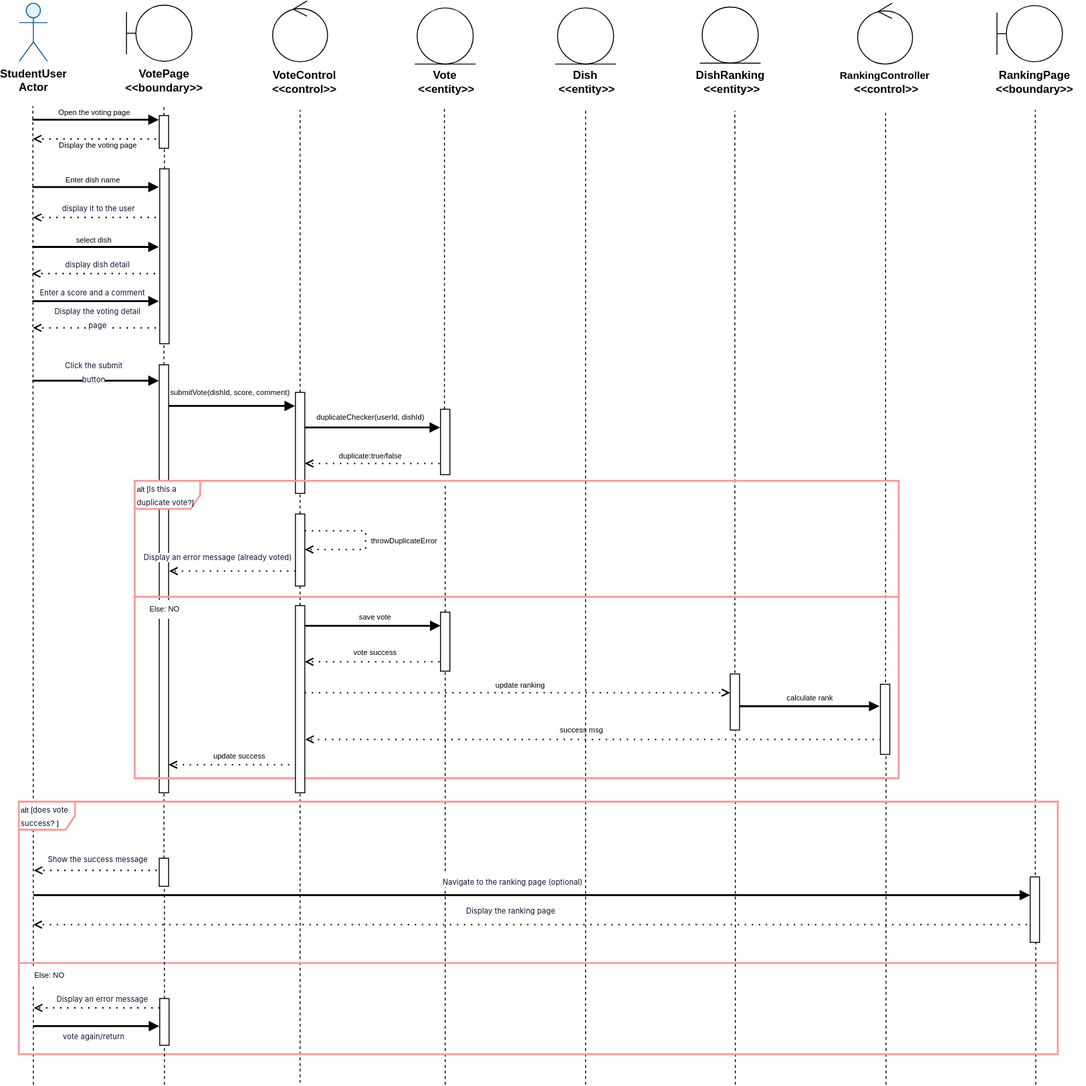
qianlinnian/se_sad_project keeps this draw.io diagram as Assignment2/diagrams/SV-ID.svg. Above is the earlier version. Source tidied: cells renumbered, new cells last; positions are measured from the earlier drawing's top-left corner, leaving out a move shared by most shapes.
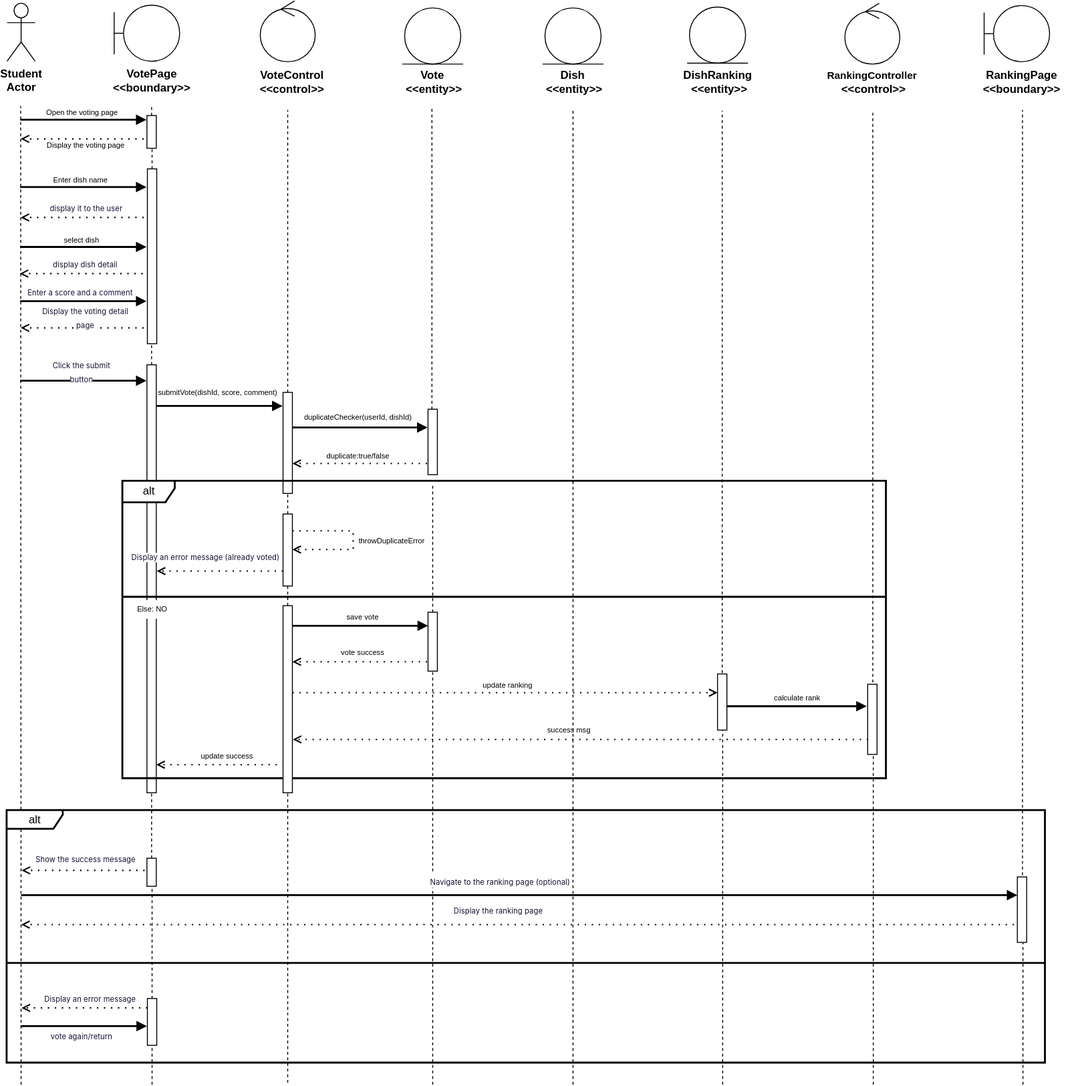
After the commit.

Diff of the diagram source:
```diff
@@ -117,7 +117,7 @@
         <mxPoint x="16" y="987" as="targetPoint" />
       </mxGeometry>
     </mxCell>
-    <mxCell id="24" value="StudentUser&#10;Actor" style="shape=umlActor;verticalLabelPosition=bottom;verticalAlign=top;html=1;fillColor=#e1f5ff;strokeColor=#01579b;fontSize=12;fontStyle=1;" parent="1" vertex="1">
+    <mxCell id="24" value="Student&lt;br&gt;Actor" style="shape=umlActor;verticalLabelPosition=bottom;verticalAlign=top;html=1;fillColor=none;strokeColor=#000000;fontSize=12;fontStyle=1;" parent="1" vertex="1">
       <mxGeometry x="1" y="2" width="30" height="62" as="geometry" />
     </mxCell>
     <mxCell id="25" style="ellipse;whiteSpace=wrap;html=1;" parent="1" vertex="1">
@@ -412,10 +412,10 @@
     <mxCell id="94" value="&lt;span style=&quot;font-size: 8px; font-weight: 400;&quot;&gt;throwDuplicateError&lt;/span&gt;" style="text;html=1;align=center;verticalAlign=middle;strokeColor=none;fillColor=none;fontSize=9;fontStyle=1;" parent="1" vertex="1">
       <mxGeometry x="367" y="567" width="90" height="20" as="geometry" />
     </mxCell>
-    <mxCell id="95" value="&lt;span style=&quot;font-weight: normal;&quot;&gt;&lt;font style=&quot;font-size: 8px;&quot;&gt;alt [&lt;span style=&quot;color: rgb(17, 17, 51); font-family: -apple-system, blinkmacsystemfont, &amp;quot;Helvetica Neue&amp;quot;, helvetica, &amp;quot;segoe ui&amp;quot;, arial, roboto, &amp;quot;PingFang SC&amp;quot;, miui, &amp;quot;Hiragino Sans GB&amp;quot;, &amp;quot;Microsoft Yahei&amp;quot;, sans-serif, &amp;quot;Source Han Serif&amp;quot;; letter-spacing: 0.064px; white-space-collapse: preserve; background-color: rgb(255, 255, 255);&quot;&gt;Is this a duplicate vote&lt;/span&gt;?]&lt;/font&gt;&lt;/span&gt;" style="shape=umlFrame;whiteSpace=wrap;html=1;fontSize=11;fontStyle=1;fillColor=#FFFFFF;strokeColor=#ff9999;strokeWidth=2;shadow=0;width=70;height=30;align=left;" parent="1" vertex="1">
+    <mxCell id="95" value="&lt;span style=&quot;font-size: 12px; font-weight: 400;&quot;&gt;alt&lt;/span&gt;" style="shape=umlFrame;whiteSpace=wrap;html=1;fontSize=11;fontStyle=1;fillColor=#FFFFFF;strokeColor=#000000;strokeWidth=2;shadow=0;width=56;height=23;align=center;" parent="1" vertex="1">
       <mxGeometry x="124.8" y="513" width="816.2" height="318" as="geometry" />
     </mxCell>
-    <mxCell id="96" style="line;strokeWidth=2;html=1;permeability=0;strokeColor=#ff9999;" parent="1" vertex="1">
+    <mxCell id="96" style="line;strokeWidth=2;html=1;permeability=0;strokeColor=#000000;" parent="1" vertex="1">
       <mxGeometry x="124.8" y="636.5" width="816.2" height="1" as="geometry" />
     </mxCell>
     <mxCell id="97" value="&lt;span style=&quot;font-weight: normal;&quot;&gt;&lt;font style=&quot;font-size: 8px;&quot;&gt;Else: NO&lt;/font&gt;&lt;/span&gt;" style="text;html=1;align=center;verticalAlign=middle;strokeColor=none;fillColor=#FFFFFF;fontSize=9;fontStyle=1;" parent="1" vertex="1">
@@ -448,10 +448,10 @@
     <mxCell id="103" value="&lt;span style=&quot;font-weight: normal;&quot;&gt;&lt;font style=&quot;font-size: 8px;&quot;&gt;update success&lt;/font&gt;&lt;/span&gt;" style="text;html=1;align=center;verticalAlign=middle;strokeColor=none;fillColor=none;fontSize=9;fontStyle=1;" parent="1" vertex="1">
       <mxGeometry x="195.5" y="796.5" width="80" height="20" as="geometry" />
     </mxCell>
-    <mxCell id="104" value="&lt;span style=&quot;font-weight: normal;&quot;&gt;&lt;font style=&quot;font-size: 8px;&quot;&gt;alt [&lt;font face=&quot;-apple-system, blinkmacsystemfont, Helvetica Neue, helvetica, segoe ui, arial, roboto, PingFang SC, miui, Hiragino Sans GB, Microsoft Yahei, sans-serif, Source Han Serif&quot; color=&quot;#111133&quot;&gt;&lt;span style=&quot;letter-spacing: 0.064px; white-space-collapse: preserve; background-color: rgb(255, 255, 255);&quot;&gt;does vote success&lt;/span&gt;&lt;/font&gt;? ]&lt;/font&gt;&lt;/span&gt;" style="shape=umlFrame;whiteSpace=wrap;html=1;fontSize=11;fontStyle=1;fillColor=#FFFFFF;strokeColor=#ff9999;strokeWidth=2;shadow=0;width=60;height=30;align=left;" parent="1" vertex="1">
-      <mxGeometry x="1" y="856" width="1110" height="270" as="geometry" />
+    <mxCell id="104" value="&lt;font style=&quot;font-weight: normal; font-size: 12px;&quot;&gt;alt&lt;/font&gt;" style="shape=umlFrame;whiteSpace=wrap;html=1;fontSize=11;fontStyle=1;fillColor=#FFFFFF;strokeColor=#000000;strokeWidth=2;shadow=0;width=60;height=20;align=center;" parent="1" vertex="1">
+      <mxGeometry x="1" y="865" width="1110" height="270" as="geometry" />
     </mxCell>
-    <mxCell id="105" style="line;strokeWidth=2;html=1;permeability=0;strokeColor=#ff9999;" parent="1" vertex="1">
+    <mxCell id="105" style="line;strokeWidth=2;html=1;permeability=0;strokeColor=#000000;" parent="1" vertex="1">
       <mxGeometry x="0.2" y="1028" width="1111.8" height="1" as="geometry" />
     </mxCell>
     <mxCell id="106" style="endArrow=none;dashed=1;html=1;rounded=0;" parent="1" edge="1" source="110" target="107">
@@ -460,9 +460,6 @@
     <mxCell id="107" style="html=1;points=[];perimeter=orthogonalPerimeter;outlineConnect=0;rounded=0;fillColor=#FFFFFF;strokeColor=#000000;strokeWidth=1;" parent="1" vertex="1">
       <mxGeometry x="150.5" y="916" width="10" height="30" as="geometry" />
     </mxCell>
-    <mxCell id="108" value="&lt;span style=&quot;font-weight: normal;&quot;&gt;&lt;font style=&quot;font-size: 8px;&quot;&gt;Else: NO&lt;/font&gt;&lt;/span&gt;" style="text;html=1;align=center;verticalAlign=middle;strokeColor=none;fillColor=#FFFFFF;fontSize=9;fontStyle=1;" parent="1" vertex="1">
-      <mxGeometry x="3" y="1031" width="60" height="20" as="geometry" />
-    </mxCell>
     <mxCell id="109" style="endArrow=none;dashed=1;html=1;rounded=0;" parent="1" edge="1" target="110">
       <mxGeometry relative="1" as="geometry">
         <mxPoint x="156" y="1158" as="sourcePoint" />
```
